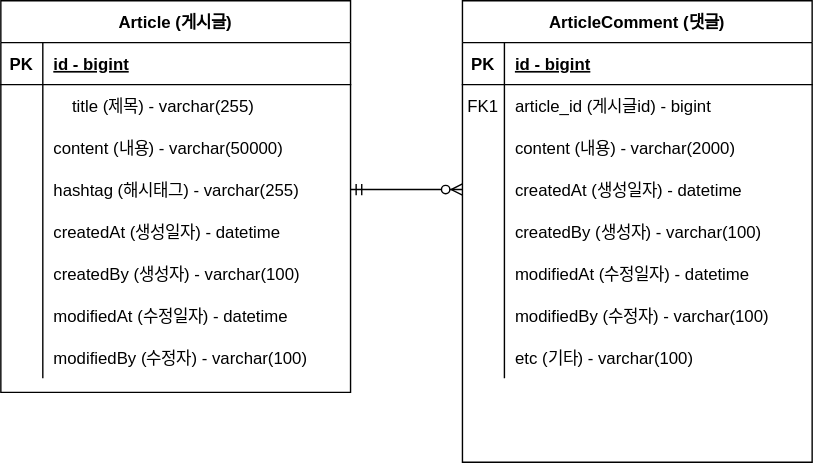
sungbae85/fastcampus-project-board keeps this draw.io diagram as project-board-erd.svg. Above is the earlier version. Source tidied: cells renumbered, new cells last; positions are measured from the earlier drawing's top-left corner, leaving out a move shared by most shapes. Its diagram source:
```xml
<mxGraphModel>
  <root>
    <mxCell id="0" />
    <mxCell id="1" parent="0" />
    <mxCell id="2" value="ArticleComment (댓글)" style="shape=table;startSize=30;rowLines=0;fontStyle=1;align=center;" parent="1" vertex="1">
      <mxGeometry x="330" width="250" height="330" as="geometry" />
    </mxCell>
    <mxCell id="3" style="shape=partialRectangle;fillColor=none;top=0;left=0;right=0;bottom=1;" parent="2" vertex="1">
      <mxGeometry y="30" width="250" height="30" as="geometry" />
    </mxCell>
    <mxCell id="4" value="PK" style="shape=partialRectangle;overflow=hidden;fillColor=none;top=0;left=0;bottom=0;right=0;fontStyle=1;" parent="3" vertex="1">
      <mxGeometry width="30" height="30" as="geometry" />
    </mxCell>
    <mxCell id="5" value="id - bigint" style="shape=partialRectangle;overflow=hidden;fillColor=none;top=0;left=0;bottom=0;right=0;align=left;spacingLeft=6;fontStyle=5;" parent="3" vertex="1">
      <mxGeometry x="30" width="220" height="30" as="geometry" />
    </mxCell>
    <mxCell id="6" style="shape=partialRectangle;fillColor=none;top=0;left=0;right=0;bottom=0;" parent="2" vertex="1">
      <mxGeometry y="60" width="250" height="30" as="geometry" />
    </mxCell>
    <mxCell id="7" value="FK1" style="shape=partialRectangle;overflow=hidden;fillColor=none;top=0;left=0;bottom=0;right=0;" parent="6" vertex="1">
      <mxGeometry width="30" height="30" as="geometry" />
    </mxCell>
    <mxCell id="8" value="article_id (게시글id) - bigint" style="shape=partialRectangle;overflow=hidden;fillColor=none;top=0;left=0;bottom=0;right=0;align=left;spacingLeft=6;" parent="6" vertex="1">
      <mxGeometry x="30" width="220" height="30" as="geometry" />
    </mxCell>
    <mxCell id="9" style="shape=partialRectangle;fillColor=none;top=0;left=0;right=0;bottom=0;" parent="2" vertex="1">
      <mxGeometry y="90" width="250" height="30" as="geometry" />
    </mxCell>
    <mxCell id="10" style="shape=partialRectangle;overflow=hidden;fillColor=none;top=0;left=0;bottom=0;right=0;" parent="9" vertex="1">
      <mxGeometry width="30" height="30" as="geometry" />
    </mxCell>
    <mxCell id="11" value="content (내용) - varchar(2000)" style="shape=partialRectangle;overflow=hidden;fillColor=none;top=0;left=0;bottom=0;right=0;align=left;spacingLeft=6;" parent="9" vertex="1">
      <mxGeometry x="30" width="220" height="30" as="geometry" />
    </mxCell>
    <mxCell id="12" style="shape=partialRectangle;fillColor=none;points=[[0,0.5],[1,0.5]];portConstraint=eastwest;top=0;left=0;right=0;bottom=0;" parent="2" vertex="1">
      <mxGeometry y="120" width="250" height="30" as="geometry" />
    </mxCell>
    <mxCell id="13" style="shape=partialRectangle;overflow=hidden;fillColor=none;top=0;left=0;bottom=0;right=0;" parent="12" vertex="1">
      <mxGeometry width="30" height="30" as="geometry" />
    </mxCell>
    <mxCell id="14" value="createdAt (생성일자) - datetime" style="shape=partialRectangle;overflow=hidden;fillColor=none;top=0;left=0;bottom=0;right=0;align=left;spacingLeft=6;" parent="12" vertex="1">
      <mxGeometry x="30" width="220" height="30" as="geometry" />
    </mxCell>
    <mxCell id="15" style="shape=partialRectangle;fillColor=none;top=0;left=0;right=0;bottom=0;" parent="2" vertex="1">
      <mxGeometry y="150" width="250" height="30" as="geometry" />
    </mxCell>
    <mxCell id="16" style="shape=partialRectangle;overflow=hidden;fillColor=none;top=0;left=0;bottom=0;right=0;" parent="15" vertex="1">
      <mxGeometry width="30" height="30" as="geometry" />
    </mxCell>
    <mxCell id="17" value="createdBy (생성자) - varchar(100)" style="shape=partialRectangle;overflow=hidden;fillColor=none;top=0;left=0;bottom=0;right=0;align=left;spacingLeft=6;" parent="15" vertex="1">
      <mxGeometry x="30" width="220" height="30" as="geometry" />
    </mxCell>
    <mxCell id="18" style="shape=partialRectangle;fillColor=none;top=0;left=0;right=0;bottom=0;" parent="2" vertex="1">
      <mxGeometry y="180" width="250" height="30" as="geometry" />
    </mxCell>
    <mxCell id="19" style="shape=partialRectangle;overflow=hidden;fillColor=none;top=0;left=0;bottom=0;right=0;" parent="18" vertex="1">
      <mxGeometry width="30" height="30" as="geometry" />
    </mxCell>
    <mxCell id="20" value="modifiedAt (수정일자) - datetime" style="shape=partialRectangle;overflow=hidden;fillColor=none;top=0;left=0;bottom=0;right=0;align=left;spacingLeft=6;" parent="18" vertex="1">
      <mxGeometry x="30" width="220" height="30" as="geometry" />
    </mxCell>
    <mxCell id="21" style="shape=partialRectangle;fillColor=none;top=0;left=0;right=0;bottom=0;" parent="2" vertex="1">
      <mxGeometry y="210" width="250" height="30" as="geometry" />
    </mxCell>
    <mxCell id="22" style="shape=partialRectangle;overflow=hidden;fillColor=none;top=0;left=0;bottom=0;right=0;" parent="21" vertex="1">
      <mxGeometry width="30" height="30" as="geometry" />
    </mxCell>
    <mxCell id="23" value="modifiedBy (수정자) - varchar(100)" style="shape=partialRectangle;overflow=hidden;fillColor=none;top=0;left=0;bottom=0;right=0;align=left;spacingLeft=6;" parent="21" vertex="1">
      <mxGeometry x="30" width="220" height="30" as="geometry" />
    </mxCell>
    <mxCell id="24" style="shape=partialRectangle;fillColor=none;top=0;left=0;right=0;bottom=0;" parent="2" vertex="1">
      <mxGeometry y="240" width="250" height="30" as="geometry" />
    </mxCell>
    <mxCell id="25" style="shape=partialRectangle;overflow=hidden;fillColor=none;top=0;left=0;bottom=0;right=0;" parent="24" vertex="1">
      <mxGeometry width="30" height="30" as="geometry" />
    </mxCell>
    <mxCell id="26" value="etc (기타) - varchar(100)" style="shape=partialRectangle;overflow=hidden;fillColor=none;top=0;left=0;bottom=0;right=0;align=left;spacingLeft=6;" parent="24" vertex="1">
      <mxGeometry x="30" width="220" height="30" as="geometry" />
    </mxCell>
    <mxCell id="27" value="Article (게시글)" style="shape=table;startSize=30;rowLines=0;fontStyle=1;align=center;" parent="1" vertex="1">
      <mxGeometry width="250" height="280" as="geometry" />
    </mxCell>
    <mxCell id="28" style="shape=partialRectangle;fillColor=none;top=0;left=0;right=0;bottom=1;" parent="27" vertex="1">
      <mxGeometry y="30" width="250" height="30" as="geometry" />
    </mxCell>
    <mxCell id="29" value="PK" style="shape=partialRectangle;overflow=hidden;fillColor=none;top=0;left=0;bottom=0;right=0;fontStyle=1;" parent="28" vertex="1">
      <mxGeometry width="30" height="30" as="geometry" />
    </mxCell>
    <mxCell id="30" value="id - bigint" style="shape=partialRectangle;overflow=hidden;fillColor=none;top=0;left=0;bottom=0;right=0;align=left;spacingLeft=6;fontStyle=5;" parent="28" vertex="1">
      <mxGeometry x="30" width="220" height="30" as="geometry" />
    </mxCell>
    <mxCell id="31" style="shape=partialRectangle;fillColor=none;top=0;left=0;right=0;bottom=0;" parent="27" vertex="1">
      <mxGeometry y="60" width="250" height="30" as="geometry" />
    </mxCell>
    <mxCell id="32" style="shape=partialRectangle;overflow=hidden;fillColor=none;top=0;left=0;bottom=0;right=0;" parent="31" vertex="1">
      <mxGeometry width="30" height="30" as="geometry" />
    </mxCell>
    <mxCell id="33" value="    title (제목) - varchar(255)" style="shape=partialRectangle;overflow=hidden;fillColor=none;top=0;left=0;bottom=0;right=0;align=left;spacingLeft=6;" parent="31" vertex="1">
      <mxGeometry x="30" width="220" height="30" as="geometry" />
    </mxCell>
    <mxCell id="34" style="shape=partialRectangle;fillColor=none;top=0;left=0;right=0;bottom=0;" parent="27" vertex="1">
      <mxGeometry y="90" width="250" height="30" as="geometry" />
    </mxCell>
    <mxCell id="35" style="shape=partialRectangle;overflow=hidden;fillColor=none;top=0;left=0;bottom=0;right=0;" parent="34" vertex="1">
      <mxGeometry width="30" height="30" as="geometry" />
    </mxCell>
    <mxCell id="36" value="content (내용) - varchar(50000)" style="shape=partialRectangle;overflow=hidden;fillColor=none;top=0;left=0;bottom=0;right=0;align=left;spacingLeft=6;" parent="34" vertex="1">
      <mxGeometry x="30" width="220" height="30" as="geometry" />
    </mxCell>
    <mxCell id="37" style="shape=partialRectangle;fillColor=none;points=[[0,0.5],[1,0.5]];portConstraint=eastwest;top=0;left=0;right=0;bottom=0;" parent="27" vertex="1">
      <mxGeometry y="120" width="250" height="30" as="geometry" />
    </mxCell>
    <mxCell id="38" style="shape=partialRectangle;overflow=hidden;fillColor=none;top=0;left=0;bottom=0;right=0;" parent="37" vertex="1">
      <mxGeometry width="30" height="30" as="geometry" />
    </mxCell>
    <mxCell id="39" value="hashtag (해시태그) - varchar(255)" style="shape=partialRectangle;overflow=hidden;fillColor=none;top=0;left=0;bottom=0;right=0;align=left;spacingLeft=6;" parent="37" vertex="1">
      <mxGeometry x="30" width="220" height="30" as="geometry" />
    </mxCell>
    <mxCell id="40" style="shape=partialRectangle;fillColor=none;top=0;left=0;right=0;bottom=0;" parent="27" vertex="1">
      <mxGeometry y="150" width="250" height="30" as="geometry" />
    </mxCell>
    <mxCell id="41" style="shape=partialRectangle;overflow=hidden;fillColor=none;top=0;left=0;bottom=0;right=0;" parent="40" vertex="1">
      <mxGeometry width="30" height="30" as="geometry" />
    </mxCell>
    <mxCell id="42" value="createdAt (생성일자) - datetime" style="shape=partialRectangle;overflow=hidden;fillColor=none;top=0;left=0;bottom=0;right=0;align=left;spacingLeft=6;" parent="40" vertex="1">
      <mxGeometry x="30" width="220" height="30" as="geometry" />
    </mxCell>
    <mxCell id="43" style="shape=partialRectangle;fillColor=none;top=0;left=0;right=0;bottom=0;" parent="27" vertex="1">
      <mxGeometry y="180" width="250" height="30" as="geometry" />
    </mxCell>
    <mxCell id="44" style="shape=partialRectangle;overflow=hidden;fillColor=none;top=0;left=0;bottom=0;right=0;" parent="43" vertex="1">
      <mxGeometry width="30" height="30" as="geometry" />
    </mxCell>
    <mxCell id="45" value="createdBy (생성자) - varchar(100)" style="shape=partialRectangle;overflow=hidden;fillColor=none;top=0;left=0;bottom=0;right=0;align=left;spacingLeft=6;" parent="43" vertex="1">
      <mxGeometry x="30" width="220" height="30" as="geometry" />
    </mxCell>
    <mxCell id="46" style="shape=partialRectangle;fillColor=none;top=0;left=0;right=0;bottom=0;" parent="27" vertex="1">
      <mxGeometry y="210" width="250" height="30" as="geometry" />
    </mxCell>
    <mxCell id="47" style="shape=partialRectangle;overflow=hidden;fillColor=none;top=0;left=0;bottom=0;right=0;" parent="46" vertex="1">
      <mxGeometry width="30" height="30" as="geometry" />
    </mxCell>
    <mxCell id="48" value="modifiedAt (수정일자) - datetime" style="shape=partialRectangle;overflow=hidden;fillColor=none;top=0;left=0;bottom=0;right=0;align=left;spacingLeft=6;" parent="46" vertex="1">
      <mxGeometry x="30" width="220" height="30" as="geometry" />
    </mxCell>
    <mxCell id="49" style="shape=partialRectangle;fillColor=none;top=0;left=0;right=0;bottom=0;" parent="27" vertex="1">
      <mxGeometry y="240" width="250" height="30" as="geometry" />
    </mxCell>
    <mxCell id="50" style="shape=partialRectangle;overflow=hidden;fillColor=none;top=0;left=0;bottom=0;right=0;" parent="49" vertex="1">
      <mxGeometry width="30" height="30" as="geometry" />
    </mxCell>
    <mxCell id="51" value="modifiedBy (수정자) - varchar(100)" style="shape=partialRectangle;overflow=hidden;fillColor=none;top=0;left=0;bottom=0;right=0;align=left;spacingLeft=6;" parent="49" vertex="1">
      <mxGeometry x="30" width="220" height="30" as="geometry" />
    </mxCell>
    <mxCell id="52" style="edgeStyle=entityRelationEdgeStyle;fontSize=12;html=1;endArrow=ERzeroToMany;startArrow=ERmandOne;rounded=0;entryX=0;entryY=0.5;entryDx=0;entryDy=0;exitX=1;exitY=0.5;exitDx=0;exitDy=0;" parent="1" edge="1" source="37" target="12">
      <mxGeometry relative="1" as="geometry" />
    </mxCell>
  </root>
</mxGraphModel>
```
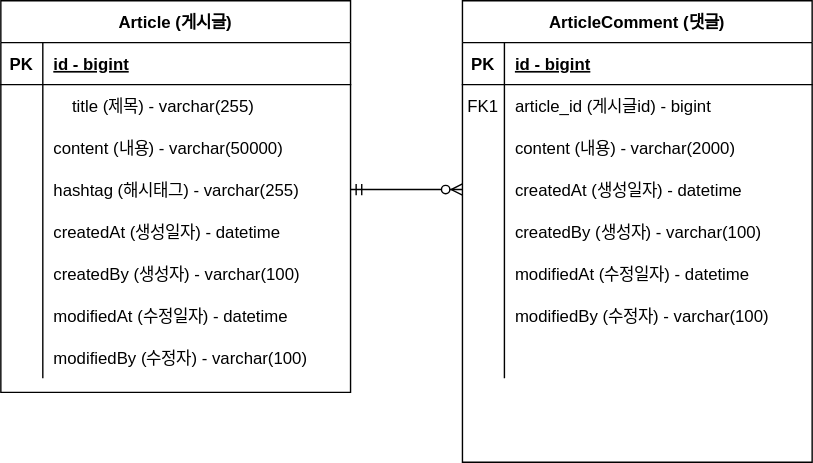
Later version of the same file.

Commit message:
#10-댓글의 etc attribute를 삭제함

What changed in the source:
```diff
@@ -74,7 +74,7 @@
     <mxCell id="25" style="shape=partialRectangle;overflow=hidden;fillColor=none;top=0;left=0;bottom=0;right=0;" parent="24" vertex="1">
       <mxGeometry width="30" height="30" as="geometry" />
     </mxCell>
-    <mxCell id="26" value="etc (기타) - varchar(100)" style="shape=partialRectangle;overflow=hidden;fillColor=none;top=0;left=0;bottom=0;right=0;align=left;spacingLeft=6;" parent="24" vertex="1">
+    <mxCell id="26" style="shape=partialRectangle;overflow=hidden;fillColor=none;top=0;left=0;bottom=0;right=0;align=left;spacingLeft=6;" parent="24" vertex="1">
       <mxGeometry x="30" width="220" height="30" as="geometry" />
     </mxCell>
     <mxCell id="27" value="Article (게시글)" style="shape=table;startSize=30;rowLines=0;fontStyle=1;align=center;" parent="1" vertex="1">
```
